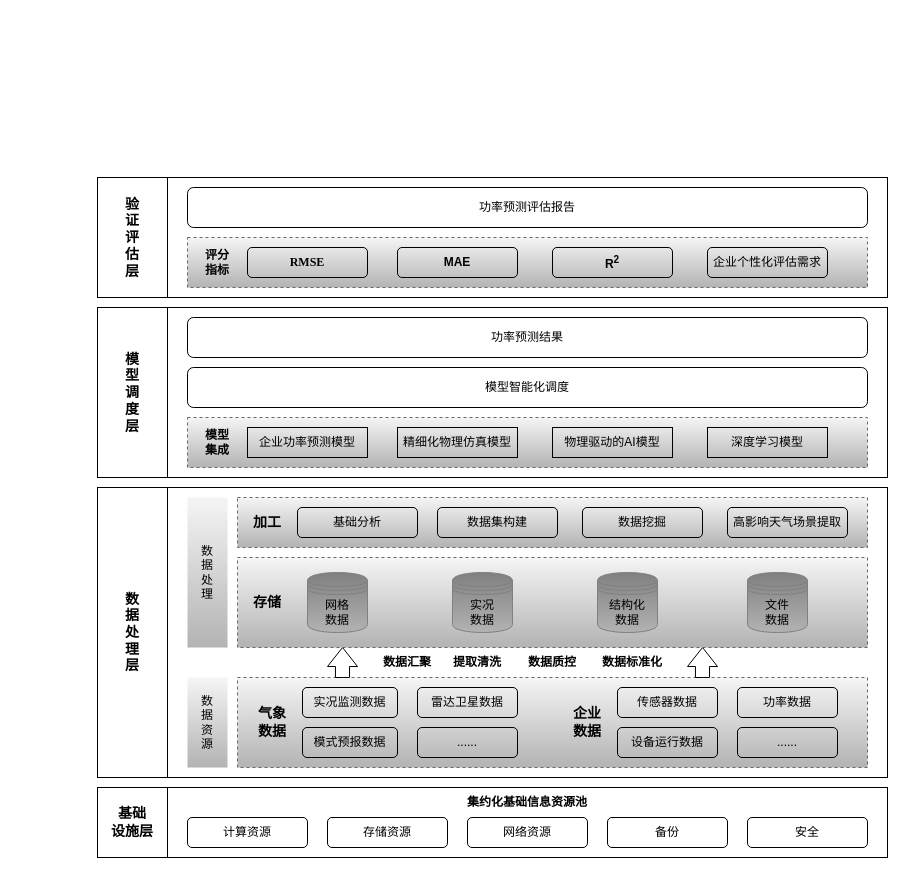
fourmia/Note keeps this draw.io diagram as 未命名绘图.drawio. Above is the earlier version. Source tidied: cells renumbered, new cells numbered last; positions are measured from the earlier drawing's top-left corner, leaving out a move shared by most shapes. Both pictures are drawn from the tidied source at 100%, with x=0, y=0 at pixel (97, 177).
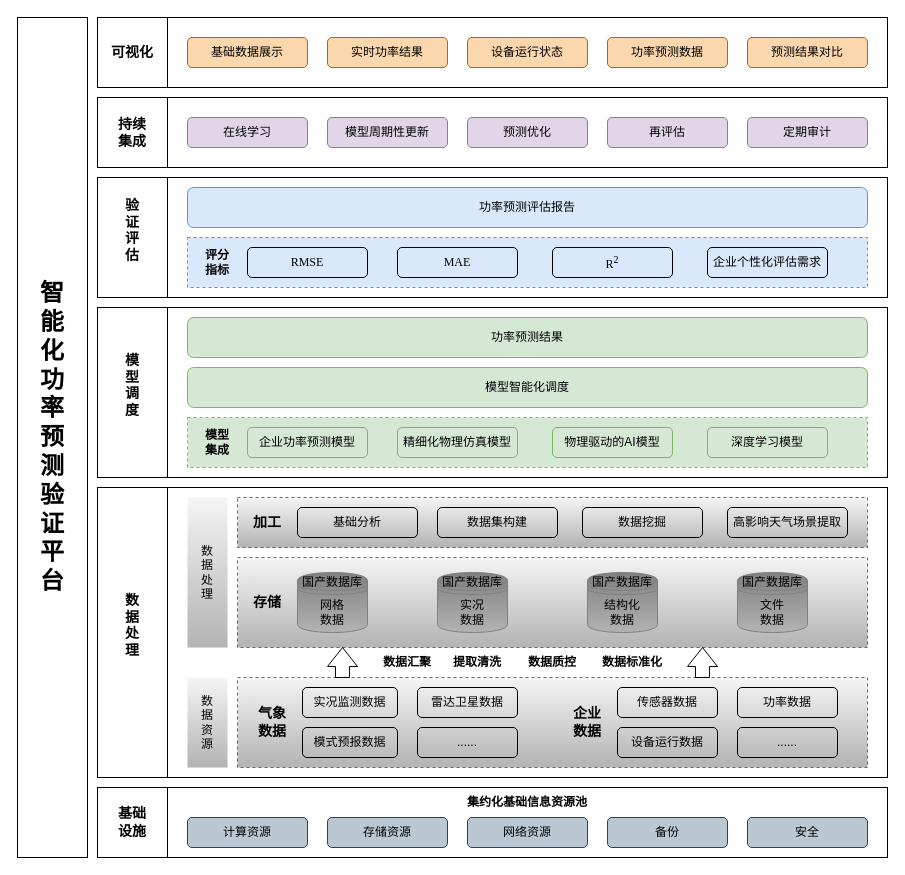
Above is the later version.

Commit message:
更新课题四绘图.drawio

What changed in the source:
```diff
@@
+    <mxCell id="3" style="rounded=0;whiteSpace=wrap;html=1;fillColor=none;" parent="1" vertex="1">
+      <mxGeometry x="70" y="310" width="720" height="290" as="geometry" />
+    </mxCell>
+    <mxCell id="31" style="rounded=0;whiteSpace=wrap;html=1;fillColor=#f5f5f5;gradientColor=#b3b3b3;strokeColor=#666666;dashed=1;" parent="1" vertex="1">
+      <mxGeometry x="140" y="380" width="630" height="90" as="geometry" />
+    </mxCell>
+    <mxCell id="33" style="shape=datastore;whiteSpace=wrap;html=1;fillColor=#808080;gradientColor=#b3b3b3;strokeColor=#808080;" parent="1" vertex="1">
+      <mxGeometry x="200" y="395" width="70" height="60" as="geometry" />
+    </mxCell>
+    <mxCell id="34" value="网格&lt;div&gt;数据&lt;/div&gt;" style="text;html=1;align=center;verticalAlign=middle;whiteSpace=wrap;rounded=0;" parent="1" vertex="1">
+      <mxGeometry x="205" y="420" width="60" height="30" as="geometry" />
+    </mxCell>
@@
-    <mxCell id="3" style="rounded=0;whiteSpace=wrap;html=1;fillColor=none;" parent="1" vertex="1">
-      <mxGeometry x="70" y="310" width="720" height="290" as="geometry" />
-    </mxCell>
@@
-    <mxCell id="5" value="计算资源" style="rounded=1;whiteSpace=wrap;html=1;fillColor=none;" parent="1" vertex="1">
+    <mxCell id="5" value="计算资源" style="rounded=1;whiteSpace=wrap;html=1;fillColor=#bac8d3;strokeColor=#23445d;" parent="1" vertex="1">
       <mxGeometry x="90" y="640" width="120" height="30" as="geometry" />
     </mxCell>
-    <mxCell id="6" value="存储资源" style="rounded=1;whiteSpace=wrap;html=1;fillColor=none;" parent="1" vertex="1">
+    <mxCell id="6" value="存储资源" style="rounded=1;whiteSpace=wrap;html=1;fillColor=#bac8d3;strokeColor=#23445d;" parent="1" vertex="1">
       <mxGeometry x="230" y="640" width="120" height="30" as="geometry" />
     </mxCell>
-    <mxCell id="7" value="网络资源" style="rounded=1;whiteSpace=wrap;html=1;fillColor=none;" parent="1" vertex="1">
+    <mxCell id="7" value="网络资源" style="rounded=1;whiteSpace=wrap;html=1;fillColor=#bac8d3;strokeColor=#23445d;" parent="1" vertex="1">
       <mxGeometry x="370" y="640" width="120" height="30" as="geometry" />
     </mxCell>
-    <mxCell id="8" value="备份" style="rounded=1;whiteSpace=wrap;html=1;fillColor=none;" parent="1" vertex="1">
+    <mxCell id="8" value="备份" style="rounded=1;whiteSpace=wrap;html=1;fillColor=#bac8d3;strokeColor=#23445d;" parent="1" vertex="1">
       <mxGeometry x="510" y="640" width="120" height="30" as="geometry" />
     </mxCell>
-    <mxCell id="9" value="安全" style="rounded=1;whiteSpace=wrap;html=1;fillColor=none;" parent="1" vertex="1">
+    <mxCell id="9" value="安全" style="rounded=1;whiteSpace=wrap;html=1;fillColor=#bac8d3;strokeColor=#23445d;" parent="1" vertex="1">
       <mxGeometry x="650" y="640" width="120" height="30" as="geometry" />
     </mxCell>
-    <mxCell id="10" value="&lt;font face=&quot;Times New Roman&quot; style=&quot;font-size: 14px;&quot;&gt;&lt;b style=&quot;&quot;&gt;基础&lt;/b&gt;&lt;/font&gt;&lt;div&gt;&lt;font face=&quot;xRImtguvzTZKVekVsjoN&quot; style=&quot;font-size: 14px;&quot;&gt;&lt;b style=&quot;&quot;&gt;设施层&lt;/b&gt;&lt;/font&gt;&lt;/div&gt;" style="whiteSpace=wrap;html=1;fillColor=none;" parent="1" vertex="1">
+    <mxCell id="10" value="&lt;font face=&quot;Times New Roman&quot; style=&quot;font-size: 14px;&quot;&gt;&lt;b style=&quot;&quot;&gt;基础&lt;/b&gt;&lt;/font&gt;&lt;div&gt;&lt;font face=&quot;xRImtguvzTZKVekVsjoN&quot; style=&quot;font-size: 14px;&quot;&gt;&lt;b style=&quot;&quot;&gt;设施&lt;/b&gt;&lt;/font&gt;&lt;/div&gt;" style="whiteSpace=wrap;html=1;fillColor=none;" parent="1" vertex="1">
       <mxGeometry y="610" width="70" height="70" as="geometry" />
     </mxCell>
@@
-    <mxCell id="13" value="&lt;font style=&quot;font-size: 14px;&quot;&gt;&lt;b style=&quot;&quot;&gt;数&lt;/b&gt;&lt;/font&gt;&lt;div&gt;&lt;font style=&quot;font-size: 14px;&quot;&gt;&lt;b&gt;据&lt;/b&gt;&lt;/font&gt;&lt;/div&gt;&lt;div&gt;&lt;font style=&quot;font-size: 14px;&quot;&gt;&lt;b&gt;处&lt;/b&gt;&lt;/font&gt;&lt;/div&gt;&lt;div&gt;&lt;font style=&quot;font-size: 14px;&quot;&gt;&lt;b&gt;理&lt;/b&gt;&lt;/font&gt;&lt;/div&gt;&lt;div&gt;&lt;span style=&quot;background-color: initial;&quot;&gt;&lt;font face=&quot;Times New Roman&quot; style=&quot;font-size: 14px;&quot;&gt;&lt;b&gt;层&lt;/b&gt;&lt;/font&gt;&lt;/span&gt;&lt;br&gt;&lt;/div&gt;" style="rounded=0;whiteSpace=wrap;html=1;" parent="1" vertex="1">
+    <mxCell id="13" value="&lt;font style=&quot;font-size: 14px;&quot;&gt;&lt;b style=&quot;&quot;&gt;数&lt;/b&gt;&lt;/font&gt;&lt;div&gt;&lt;font style=&quot;font-size: 14px;&quot;&gt;&lt;b&gt;据&lt;/b&gt;&lt;/font&gt;&lt;/div&gt;&lt;div&gt;&lt;font style=&quot;font-size: 14px;&quot;&gt;&lt;b&gt;处&lt;/b&gt;&lt;/font&gt;&lt;/div&gt;&lt;div&gt;&lt;font style=&quot;font-size: 14px;&quot;&gt;&lt;b&gt;理&lt;/b&gt;&lt;/font&gt;&lt;/div&gt;&lt;div&gt;&lt;br&gt;&lt;/div&gt;" style="rounded=0;whiteSpace=wrap;html=1;fillColor=none;" parent="1" vertex="1">
       <mxGeometry y="310" width="70" height="290" as="geometry" />
     </mxCell>
@@
-    <mxCell id="31" style="rounded=0;whiteSpace=wrap;html=1;fillColor=#f5f5f5;gradientColor=#b3b3b3;strokeColor=#666666;dashed=1;" parent="1" vertex="1">
-      <mxGeometry x="140" y="380" width="630" height="90" as="geometry" />
-    </mxCell>
@@
-    <mxCell id="33" style="shape=datastore;whiteSpace=wrap;html=1;fillColor=#808080;gradientColor=#b3b3b3;strokeColor=#808080;" parent="1" vertex="1">
-      <mxGeometry x="210" y="395" width="60" height="60" as="geometry" />
-    </mxCell>
-    <mxCell id="34" value="网格&lt;div&gt;数据&lt;/div&gt;" style="text;html=1;align=center;verticalAlign=middle;whiteSpace=wrap;rounded=0;" parent="1" vertex="1">
-      <mxGeometry x="210" y="420" width="60" height="30" as="geometry" />
-    </mxCell>
     <mxCell id="35" value="实况&lt;div&gt;数据&lt;/div&gt;" style="shape=datastore;whiteSpace=wrap;html=1;fillColor=#808080;gradientColor=#b3b3b3;strokeColor=#808080;" parent="1" vertex="1">
-      <mxGeometry x="355" y="395" width="60" height="60" as="geometry" />
+      <mxGeometry x="340" y="395" width="70" height="60" as="geometry" />
     </mxCell>
     <mxCell id="36" value="结构化&lt;div&gt;数据&lt;/div&gt;" style="shape=datastore;whiteSpace=wrap;html=1;fillColor=#808080;gradientColor=#b3b3b3;strokeColor=#808080;" parent="1" vertex="1">
-      <mxGeometry x="500" y="395" width="60" height="60" as="geometry" />
+      <mxGeometry x="490" y="395" width="70" height="60" as="geometry" />
     </mxCell>
     <mxCell id="37" value="&lt;div&gt;文件&lt;/div&gt;&lt;div&gt;数据&lt;/div&gt;" style="shape=datastore;whiteSpace=wrap;html=1;fillColor=#808080;gradientColor=#b3b3b3;strokeColor=#808080;" parent="1" vertex="1">
-      <mxGeometry x="650" y="395" width="60" height="60" as="geometry" />
+      <mxGeometry x="640" y="395" width="70" height="60" as="geometry" />
     </mxCell>
@@
-    <mxCell id="45" style="rounded=0;whiteSpace=wrap;html=1;fillColor=#f5f5f5;gradientColor=#b3b3b3;strokeColor=#666666;dashed=1;" parent="1" vertex="1">
+    <mxCell id="45" style="rounded=0;whiteSpace=wrap;html=1;fillColor=#d5e8d4;strokeColor=#82b366;dashed=1;" parent="1" vertex="1">
       <mxGeometry x="90" y="240" width="680" height="50" as="geometry" />
     </mxCell>
-    <mxCell id="46" value="&lt;div&gt;&lt;span style=&quot;font-size: 14px;&quot;&gt;&lt;b&gt;模&lt;/b&gt;&lt;/span&gt;&lt;/div&gt;&lt;div&gt;&lt;span style=&quot;font-size: 14px;&quot;&gt;&lt;b&gt;型&lt;/b&gt;&lt;/span&gt;&lt;/div&gt;&lt;div&gt;&lt;span style=&quot;font-size: 14px;&quot;&gt;&lt;b&gt;调&lt;/b&gt;&lt;/span&gt;&lt;/div&gt;&lt;div&gt;&lt;span style=&quot;font-size: 14px;&quot;&gt;&lt;b&gt;度&lt;/b&gt;&lt;/span&gt;&lt;/div&gt;&lt;div&gt;&lt;span style=&quot;font-size: 14px;&quot;&gt;&lt;b&gt;层&lt;/b&gt;&lt;/span&gt;&lt;/div&gt;" style="rounded=0;whiteSpace=wrap;html=1;" parent="1" vertex="1">
+    <mxCell id="46" value="&lt;div&gt;&lt;span style=&quot;font-size: 14px;&quot;&gt;&lt;b&gt;模&lt;/b&gt;&lt;/span&gt;&lt;/div&gt;&lt;div&gt;&lt;span style=&quot;font-size: 14px;&quot;&gt;&lt;b&gt;型&lt;/b&gt;&lt;/span&gt;&lt;/div&gt;&lt;div&gt;&lt;span style=&quot;font-size: 14px;&quot;&gt;&lt;b&gt;调&lt;/b&gt;&lt;/span&gt;&lt;/div&gt;&lt;div&gt;&lt;span style=&quot;font-size: 14px;&quot;&gt;&lt;b&gt;度&lt;/b&gt;&lt;/span&gt;&lt;/div&gt;&lt;div&gt;&lt;br&gt;&lt;/div&gt;" style="rounded=0;whiteSpace=wrap;html=1;fillColor=none;" parent="1" vertex="1">
       <mxGeometry y="130" width="70" height="170" as="geometry" />
     </mxCell>
-    <mxCell id="47" value="&lt;div&gt;&lt;b&gt;模&lt;span style=&quot;background-color: initial;&quot;&gt;型&lt;/span&gt;&lt;/b&gt;&lt;/div&gt;&lt;div&gt;&lt;b&gt;集成&lt;/b&gt;&lt;/div&gt;" style="text;html=1;align=center;verticalAlign=middle;whiteSpace=wrap;rounded=0;" parent="1" vertex="1">
+    <mxCell id="47" value="&lt;div&gt;&lt;b&gt;模&lt;span style=&quot;background-color: initial;&quot;&gt;型&lt;/span&gt;&lt;/b&gt;&lt;/div&gt;&lt;div&gt;&lt;b&gt;集成&lt;/b&gt;&lt;/div&gt;" style="text;html=1;align=center;verticalAlign=middle;whiteSpace=wrap;rounded=1;fillColor=none;strokeColor=none;" parent="1" vertex="1">
       <mxGeometry x="90" y="250" width="60" height="30" as="geometry" />
     </mxCell>
-    <mxCell id="48" value="企业功率预测模型" style="rounded=0;whiteSpace=wrap;html=1;fillColor=none;" parent="1" vertex="1">
+    <mxCell id="48" value="企业功率预测模型" style="rounded=1;whiteSpace=wrap;html=1;fillColor=#d5e8d4;strokeColor=#82b366;" parent="1" vertex="1">
       <mxGeometry x="150" y="250" width="120" height="30" as="geometry" />
     </mxCell>
-    <mxCell id="49" value="精细化物理仿真模型" style="rounded=0;whiteSpace=wrap;html=1;fillColor=none;" parent="1" vertex="1">
+    <mxCell id="49" value="精细化物理仿真模型" style="rounded=1;whiteSpace=wrap;html=1;fillColor=#d5e8d4;strokeColor=#82b366;" parent="1" vertex="1">
       <mxGeometry x="300" y="250" width="120" height="30" as="geometry" />
     </mxCell>
-    <mxCell id="50" value="物理驱动的AI模型" style="rounded=0;whiteSpace=wrap;html=1;fillColor=none;" parent="1" vertex="1">
+    <mxCell id="50" value="物理驱动的AI模型" style="rounded=1;whiteSpace=wrap;html=1;fillColor=#d5e8d4;strokeColor=#82b366;" parent="1" vertex="1">
       <mxGeometry x="455" y="250" width="120" height="30" as="geometry" />
     </mxCell>
-    <mxCell id="51" value="深度学习模型" style="rounded=0;whiteSpace=wrap;html=1;fillColor=none;" parent="1" vertex="1">
+    <mxCell id="51" value="深度学习模型" style="rounded=1;whiteSpace=wrap;html=1;fillColor=#d5e8d4;strokeColor=#82b366;" parent="1" vertex="1">
       <mxGeometry x="610" y="250" width="120" height="30" as="geometry" />
     </mxCell>
-    <mxCell id="52" value="模型智能化调度" style="rounded=1;whiteSpace=wrap;html=1;" parent="1" vertex="1">
+    <mxCell id="52" value="模型智能化调度" style="rounded=1;whiteSpace=wrap;html=1;fillColor=#d5e8d4;strokeColor=#82b366;" parent="1" vertex="1">
       <mxGeometry x="90" y="190" width="680" height="40" as="geometry" />
     </mxCell>
-    <mxCell id="53" value="功率预测结果" style="rounded=1;whiteSpace=wrap;html=1;" parent="1" vertex="1">
+    <mxCell id="53" value="功率预测结果" style="rounded=1;whiteSpace=wrap;html=1;fillColor=#d5e8d4;strokeColor=#82b366;" parent="1" vertex="1">
       <mxGeometry x="90" y="140" width="680" height="40" as="geometry" />
     </mxCell>
@@
-    <mxCell id="55" style="rounded=0;whiteSpace=wrap;html=1;fillColor=#f5f5f5;gradientColor=#b3b3b3;strokeColor=#666666;dashed=1;" parent="1" vertex="1">
+    <mxCell id="55" style="rounded=0;whiteSpace=wrap;html=1;dashed=1;fillColor=#dae8fc;strokeColor=#6c8ebf;" parent="1" vertex="1">
       <mxGeometry x="90" y="60" width="680" height="50" as="geometry" />
     </mxCell>
-    <mxCell id="56" value="&lt;span style=&quot;font-size: 14px;&quot;&gt;&lt;b&gt;验&lt;/b&gt;&lt;/span&gt;&lt;div&gt;&lt;span style=&quot;font-size: 14px;&quot;&gt;&lt;b&gt;证&lt;/b&gt;&lt;/span&gt;&lt;/div&gt;&lt;div&gt;&lt;div&gt;&lt;span style=&quot;font-size: 14px;&quot;&gt;&lt;b&gt;评&lt;/b&gt;&lt;/span&gt;&lt;/div&gt;&lt;div&gt;&lt;span style=&quot;font-size: 14px;&quot;&gt;&lt;b&gt;估&lt;/b&gt;&lt;/span&gt;&lt;/div&gt;&lt;div&gt;&lt;span style=&quot;font-size: 14px;&quot;&gt;&lt;b&gt;层&lt;/b&gt;&lt;/span&gt;&lt;/div&gt;&lt;/div&gt;" style="rounded=0;whiteSpace=wrap;html=1;" parent="1" vertex="1">
+    <mxCell id="56" value="&lt;span style=&quot;font-size: 14px;&quot;&gt;&lt;b&gt;验&lt;/b&gt;&lt;/span&gt;&lt;div&gt;&lt;span style=&quot;font-size: 14px;&quot;&gt;&lt;b&gt;证&lt;/b&gt;&lt;/span&gt;&lt;/div&gt;&lt;div&gt;&lt;div&gt;&lt;span style=&quot;font-size: 14px;&quot;&gt;&lt;b&gt;评&lt;/b&gt;&lt;/span&gt;&lt;/div&gt;&lt;div&gt;&lt;span style=&quot;font-size: 14px;&quot;&gt;&lt;b&gt;估&lt;/b&gt;&lt;/span&gt;&lt;/div&gt;&lt;div&gt;&lt;br&gt;&lt;/div&gt;&lt;/div&gt;" style="rounded=0;whiteSpace=wrap;html=1;fillColor=none;" parent="1" vertex="1">
       <mxGeometry width="70" height="120" as="geometry" />
     </mxCell>
@@
-    <mxCell id="58" value="&lt;b&gt;&lt;font face=&quot;Times New Roman&quot;&gt;RMSE&lt;/font&gt;&lt;/b&gt;" style="rounded=1;whiteSpace=wrap;html=1;fillColor=none;" parent="1" vertex="1">
+    <mxCell id="58" value="&lt;font style=&quot;&quot; face=&quot;Times New Roman&quot;&gt;RMSE&lt;/font&gt;" style="rounded=1;whiteSpace=wrap;html=1;fillColor=none;" parent="1" vertex="1">
       <mxGeometry x="150" y="70" width="120" height="30" as="geometry" />
     </mxCell>
-    <mxCell id="59" value="&lt;b&gt;MAE&lt;/b&gt;" style="rounded=1;whiteSpace=wrap;html=1;fillColor=none;" parent="1" vertex="1">
+    <mxCell id="59" value="&lt;font style=&quot;&quot; face=&quot;Times New Roman&quot;&gt;MAE&lt;/font&gt;" style="rounded=1;whiteSpace=wrap;html=1;fillColor=none;" parent="1" vertex="1">
       <mxGeometry x="300" y="70" width="120" height="30" as="geometry" />
     </mxCell>
-    <mxCell id="60" value="&lt;b&gt;R&lt;sup&gt;2&lt;/sup&gt;&lt;/b&gt;" style="rounded=1;whiteSpace=wrap;html=1;fillColor=none;" parent="1" vertex="1">
+    <mxCell id="60" value="&lt;font style=&quot;&quot; face=&quot;Times New Roman&quot;&gt;R&lt;sup style=&quot;&quot;&gt;2&lt;/sup&gt;&lt;/font&gt;" style="rounded=1;whiteSpace=wrap;html=1;fillColor=none;" parent="1" vertex="1">
       <mxGeometry x="455" y="70" width="120" height="30" as="geometry" />
     </mxCell>
@@
-    <mxCell id="62" value="功率预测评估报告" style="rounded=1;whiteSpace=wrap;html=1;" parent="1" vertex="1">
+    <mxCell id="62" value="功率预测评估报告" style="rounded=1;whiteSpace=wrap;html=1;fillColor=#dae8fc;strokeColor=#6c8ebf;" parent="1" vertex="1">
       <mxGeometry x="90" y="10" width="680" height="40" as="geometry" />
     </mxCell>
+    <mxCell id="63" style="rounded=0;whiteSpace=wrap;html=1;fillColor=none;" parent="1" vertex="1">
+      <mxGeometry x="70" y="-80" width="720" height="70" as="geometry" />
+    </mxCell>
+    <mxCell id="64" value="&lt;font style=&quot;font-size: 14px;&quot;&gt;&lt;b&gt;持续&lt;/b&gt;&lt;/font&gt;&lt;div&gt;&lt;font style=&quot;font-size: 14px;&quot;&gt;&lt;b&gt;集成&lt;/b&gt;&lt;/font&gt;&lt;/div&gt;" style="rounded=0;whiteSpace=wrap;html=1;fillColor=none;" parent="1" vertex="1">
+      <mxGeometry y="-80" width="70" height="70" as="geometry" />
+    </mxCell>
+    <mxCell id="65" value="在线学习" style="rounded=1;whiteSpace=wrap;html=1;fillColor=#e1d5e7;strokeColor=#9673a6;" parent="1" vertex="1">
+      <mxGeometry x="90" y="-60" width="120" height="30" as="geometry" />
+    </mxCell>
+    <mxCell id="66" value="模型周期性更新" style="rounded=1;whiteSpace=wrap;html=1;fillColor=#e1d5e7;strokeColor=#9673a6;" parent="1" vertex="1">
+      <mxGeometry x="230" y="-60" width="120" height="30" as="geometry" />
+    </mxCell>
+    <mxCell id="67" value="预测优化" style="rounded=1;whiteSpace=wrap;html=1;fillColor=#e1d5e7;strokeColor=#9673a6;" parent="1" vertex="1">
+      <mxGeometry x="370" y="-60" width="120" height="30" as="geometry" />
+    </mxCell>
+    <mxCell id="68" value="再评估" style="rounded=1;whiteSpace=wrap;html=1;fillColor=#e1d5e7;strokeColor=#9673a6;" parent="1" vertex="1">
+      <mxGeometry x="510" y="-60" width="120" height="30" as="geometry" />
+    </mxCell>
+    <mxCell id="69" value="定期审计" style="rounded=1;whiteSpace=wrap;html=1;fillColor=#e1d5e7;strokeColor=#9673a6;" parent="1" vertex="1">
+      <mxGeometry x="650" y="-60" width="120" height="30" as="geometry" />
+    </mxCell>
+    <mxCell id="70" value="国产数据库" style="text;html=1;align=center;verticalAlign=middle;whiteSpace=wrap;rounded=0;" parent="1" vertex="1">
+      <mxGeometry x="200" y="390" width="70" height="30" as="geometry" />
+    </mxCell>
+    <mxCell id="71" value="国产数据库" style="text;html=1;align=center;verticalAlign=middle;whiteSpace=wrap;rounded=0;" parent="1" vertex="1">
+      <mxGeometry x="340" y="390" width="70" height="30" as="geometry" />
+    </mxCell>
+    <mxCell id="72" value="国产数据库" style="text;html=1;align=center;verticalAlign=middle;whiteSpace=wrap;rounded=0;" parent="1" vertex="1">
+      <mxGeometry x="490" y="390" width="70" height="30" as="geometry" />
+    </mxCell>
+    <mxCell id="73" value="国产数据库" style="text;html=1;align=center;verticalAlign=middle;whiteSpace=wrap;rounded=0;" parent="1" vertex="1">
+      <mxGeometry x="640" y="390" width="70" height="30" as="geometry" />
+    </mxCell>
+    <mxCell id="74" value="&lt;div&gt;&lt;b style=&quot;&quot;&gt;&lt;font style=&quot;font-size: 24px;&quot;&gt;智&lt;/font&gt;&lt;/b&gt;&lt;/div&gt;&lt;div&gt;&lt;b&gt;&lt;font style=&quot;font-size: 24px;&quot;&gt;能&lt;/font&gt;&lt;/b&gt;&lt;/div&gt;&lt;div&gt;&lt;b&gt;&lt;font style=&quot;font-size: 24px;&quot;&gt;化&lt;/font&gt;&lt;/b&gt;&lt;/div&gt;&lt;div&gt;&lt;b style=&quot;background-color: initial;&quot;&gt;&lt;font style=&quot;font-size: 24px;&quot;&gt;功&lt;/font&gt;&lt;/b&gt;&lt;/div&gt;&lt;div&gt;&lt;b style=&quot;background-color: initial;&quot;&gt;&lt;font style=&quot;font-size: 24px;&quot;&gt;率&lt;/font&gt;&lt;/b&gt;&lt;/div&gt;&lt;div&gt;&lt;b style=&quot;background-color: initial;&quot;&gt;&lt;font style=&quot;font-size: 24px;&quot;&gt;预&lt;/font&gt;&lt;/b&gt;&lt;/div&gt;&lt;div&gt;&lt;b style=&quot;background-color: initial;&quot;&gt;&lt;font style=&quot;font-size: 24px;&quot;&gt;测&lt;/font&gt;&lt;/b&gt;&lt;/div&gt;&lt;div&gt;&lt;b&gt;&lt;font style=&quot;font-size: 24px;&quot;&gt;验&lt;/font&gt;&lt;/b&gt;&lt;/div&gt;&lt;div&gt;&lt;b&gt;&lt;font style=&quot;font-size: 24px;&quot;&gt;证&lt;/font&gt;&lt;/b&gt;&lt;/div&gt;&lt;div&gt;&lt;b style=&quot;background-color: initial;&quot;&gt;&lt;font style=&quot;font-size: 24px;&quot;&gt;平&lt;/font&gt;&lt;/b&gt;&lt;/div&gt;&lt;div&gt;&lt;b style=&quot;background-color: initial;&quot;&gt;&lt;font style=&quot;font-size: 24px;&quot;&gt;台&lt;/font&gt;&lt;/b&gt;&lt;br&gt;&lt;/div&gt;" style="rounded=0;whiteSpace=wrap;html=1;fillColor=none;" parent="1" vertex="1">
+      <mxGeometry x="-80" y="-160" width="70" height="840" as="geometry" />
+    </mxCell>
+    <mxCell id="75" style="rounded=0;whiteSpace=wrap;html=1;fillColor=none;" parent="1" vertex="1">
+      <mxGeometry x="70" y="-160" width="720" height="70" as="geometry" />
+    </mxCell>
+    <mxCell id="76" value="&lt;div&gt;&lt;span style=&quot;font-size: 14px;&quot;&gt;&lt;b&gt;可视化&lt;/b&gt;&lt;/span&gt;&lt;/div&gt;" style="rounded=0;whiteSpace=wrap;html=1;fillColor=none;" parent="1" vertex="1">
+      <mxGeometry y="-160" width="70" height="70" as="geometry" />
+    </mxCell>
+    <mxCell id="77" value="基础数据展示" style="rounded=1;whiteSpace=wrap;html=1;fillColor=#fad7ac;strokeColor=#b46504;" parent="1" vertex="1">
+      <mxGeometry x="90" y="-140" width="120" height="30" as="geometry" />
+    </mxCell>
+    <mxCell id="78" value="实时功率结果" style="rounded=1;whiteSpace=wrap;html=1;fillColor=#fad7ac;strokeColor=#b46504;" parent="1" vertex="1">
+      <mxGeometry x="230" y="-140" width="120" height="30" as="geometry" />
+    </mxCell>
+    <mxCell id="79" value="设备运行状态" style="rounded=1;whiteSpace=wrap;html=1;fillColor=#fad7ac;strokeColor=#b46504;" parent="1" vertex="1">
+      <mxGeometry x="370" y="-140" width="120" height="30" as="geometry" />
+    </mxCell>
+    <mxCell id="80" value="功率预测数据" style="rounded=1;whiteSpace=wrap;html=1;fillColor=#fad7ac;strokeColor=#b46504;" parent="1" vertex="1">
+      <mxGeometry x="510" y="-140" width="120" height="30" as="geometry" />
+    </mxCell>
+    <mxCell id="81" value="预测结果对比" style="rounded=1;whiteSpace=wrap;html=1;fillColor=#fad7ac;strokeColor=#b46504;" parent="1" vertex="1">
+      <mxGeometry x="650" y="-140" width="120" height="30" as="geometry" />
+    </mxCell>
```
